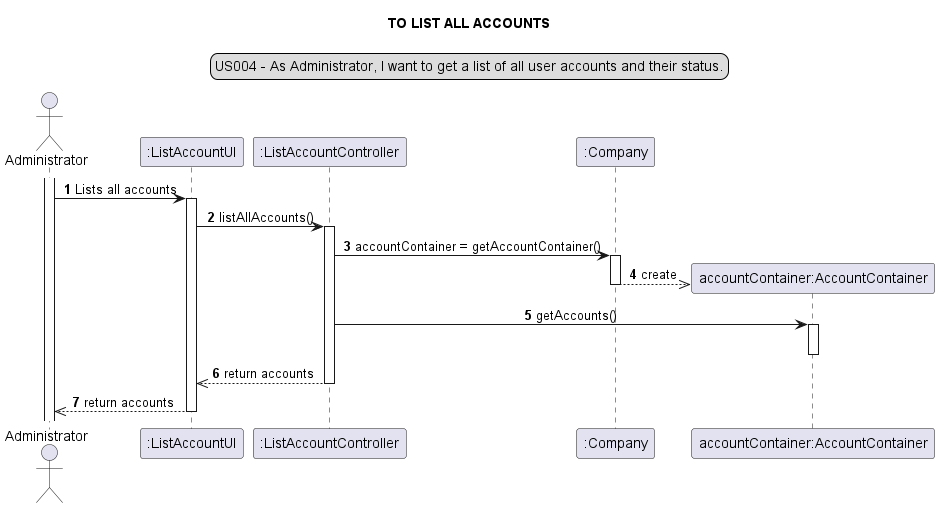
Loracline/project_switch_22-23 keeps this PlantUML diagram as docs/modelling_design/user_stories/us004/US004_sequenceDiagram.png. Above is the earlier version.
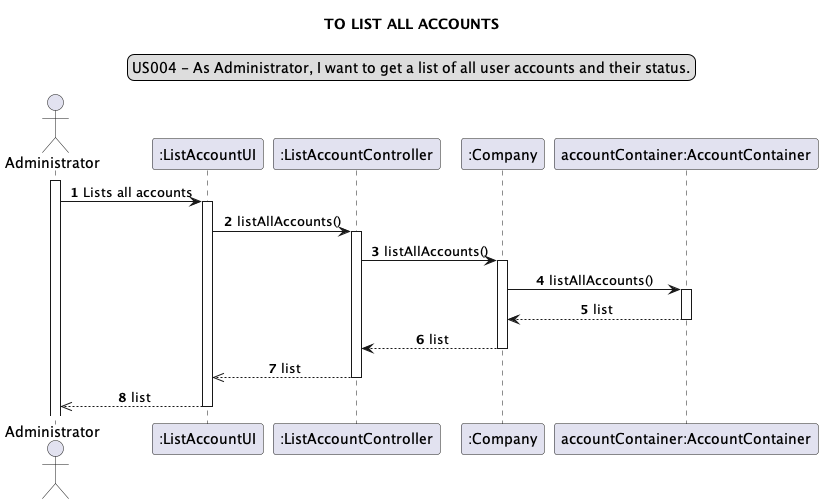
The same diagram one commit later.

Commit message:
US004 : Design : refinement of class diagram and sequence diagram based on sprint review feedback.

Diff of the diagram source:
```diff
@@ -16,17 +16,17 @@
 activate ui
 ui -> controller: listAllAccounts()
 activate controller
-controller -> company: accountContainer = getAccountContainer()
+controller -> company: listAllAccounts()
 activate company
-create container
-company -->> container: create
+company -> container: listAllAccounts()
+activate container
+container --> company: list
+deactivate container
+company --> controller: list
 deactivate company
-controller -> container: getAccounts()
-activate container
-deactivate container
-controller -->> ui: return accounts
+controller -->> ui: list
 deactivate controller
-ui -->>Administrator: return accounts
+ui -->>Administrator: list
 deactivate ui
 
 @enduml
```
